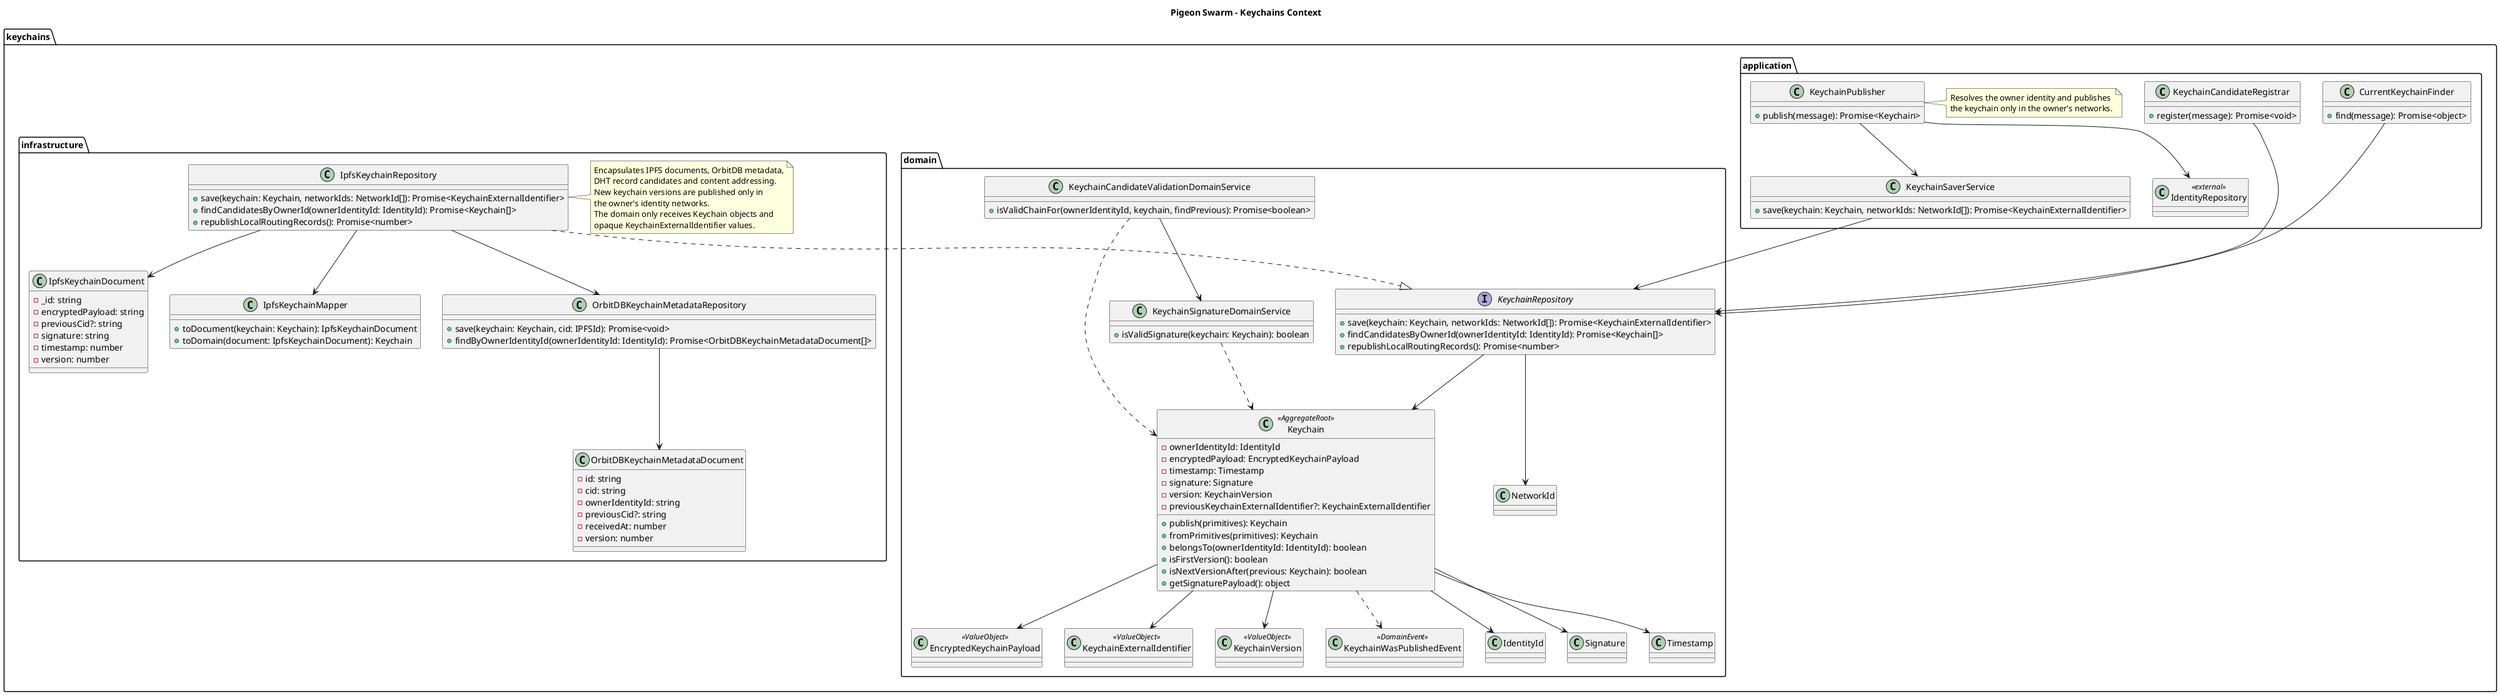
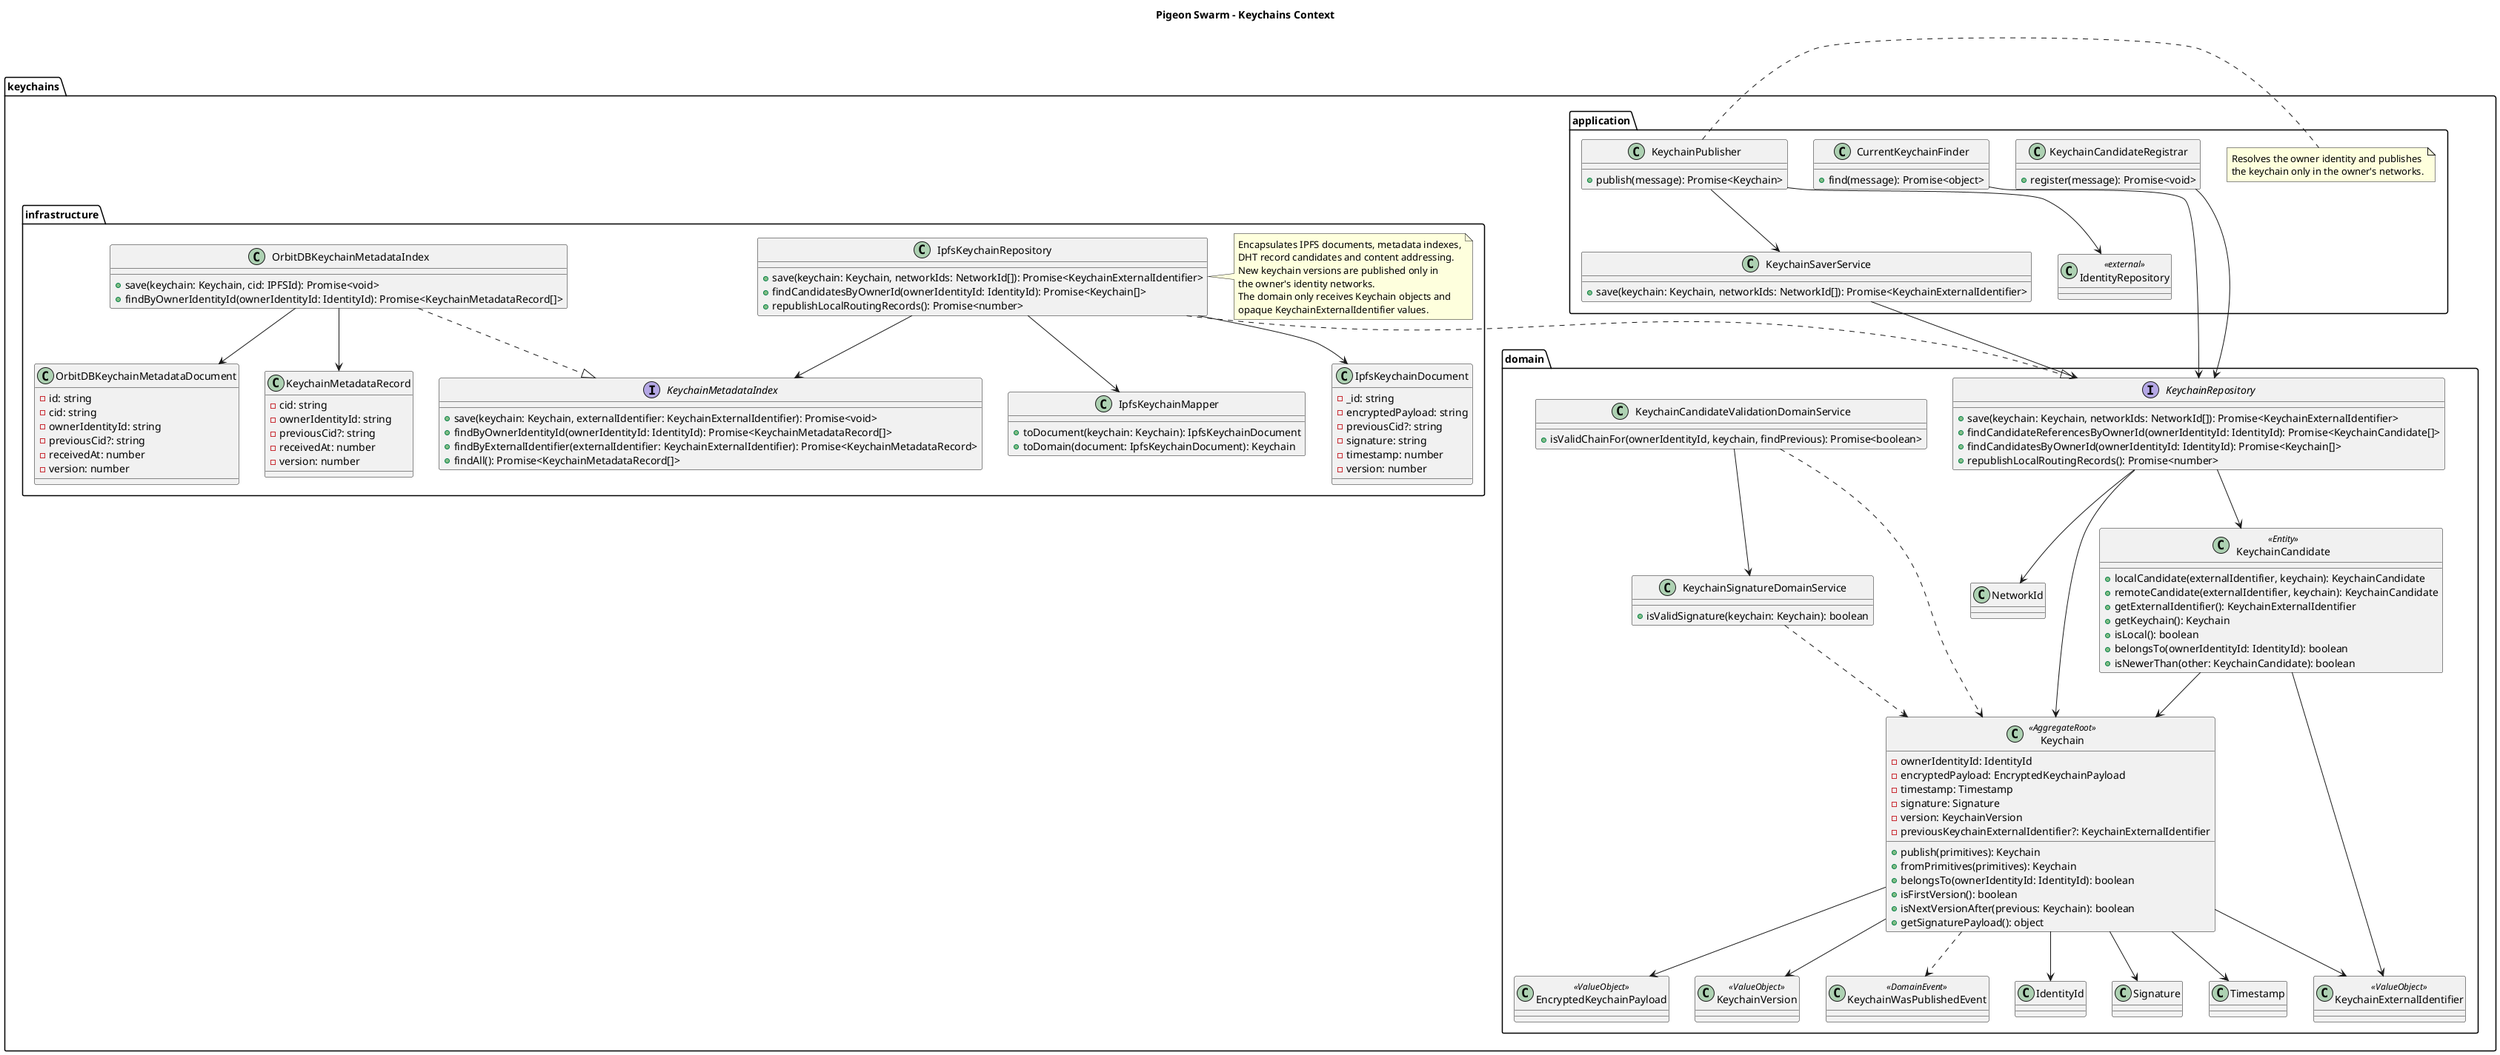
@startuml

title Pigeon Swarm - Keychains Context

package "keychains.domain" {
  class Keychain <<AggregateRoot>> {
    -ownerIdentityId: IdentityId
    -encryptedPayload: EncryptedKeychainPayload
    -timestamp: Timestamp
    -signature: Signature
    -version: KeychainVersion
    -previousKeychainExternalIdentifier?: KeychainExternalIdentifier
    +publish(primitives): Keychain
    +fromPrimitives(primitives): Keychain
    +belongsTo(ownerIdentityId: IdentityId): boolean
    +isFirstVersion(): boolean
    +isNextVersionAfter(previous: Keychain): boolean
    +getSignaturePayload(): object
  }

  class EncryptedKeychainPayload <<ValueObject>>
  class KeychainExternalIdentifier <<ValueObject>>
  class KeychainVersion <<ValueObject>>
+   class KeychainCandidate <<Entity>> {
+     +localCandidate(externalIdentifier, keychain): KeychainCandidate
+     +remoteCandidate(externalIdentifier, keychain): KeychainCandidate
+     +getExternalIdentifier(): KeychainExternalIdentifier
+     +getKeychain(): Keychain
+     +isLocal(): boolean
+     +belongsTo(ownerIdentityId: IdentityId): boolean
+     +isNewerThan(other: KeychainCandidate): boolean
+   }

  class KeychainWasPublishedEvent <<DomainEvent>>

  interface KeychainRepository {
    +save(keychain: Keychain, networkIds: NetworkId[]): Promise<KeychainExternalIdentifier>
+     +findCandidateReferencesByOwnerId(ownerIdentityId: IdentityId): Promise<KeychainCandidate[]>
    +findCandidatesByOwnerId(ownerIdentityId: IdentityId): Promise<Keychain[]>
    +republishLocalRoutingRecords(): Promise<number>
  }

  class KeychainSignatureDomainService {
    +isValidSignature(keychain: Keychain): boolean
  }

  class KeychainCandidateValidationDomainService {
    +isValidChainFor(ownerIdentityId, keychain, findPrevious): Promise<boolean>
  }

  Keychain --> IdentityId
  KeychainRepository --> NetworkId
+   KeychainRepository --> KeychainCandidate
  Keychain --> EncryptedKeychainPayload
  Keychain --> KeychainVersion
  Keychain --> KeychainExternalIdentifier
+   KeychainCandidate --> Keychain
+   KeychainCandidate --> KeychainExternalIdentifier
  Keychain --> Signature
  Keychain --> Timestamp
  Keychain ..> KeychainWasPublishedEvent
  KeychainSignatureDomainService ..> Keychain
  KeychainCandidateValidationDomainService --> KeychainSignatureDomainService
  KeychainCandidateValidationDomainService ..> Keychain
  KeychainRepository --> Keychain
}

package "keychains.application" {
  class KeychainPublisher {
    +publish(message): Promise<Keychain>
  }

  class CurrentKeychainFinder {
    +find(message): Promise<object>
  }

  class KeychainCandidateRegistrar {
    +register(message): Promise<void>
  }

  class KeychainSaverService {
    +save(keychain: Keychain, networkIds: NetworkId[]): Promise<KeychainExternalIdentifier>
  }

  class IdentityRepository <<external>>

  KeychainPublisher --> KeychainSaverService
  KeychainPublisher --> IdentityRepository
  KeychainSaverService --> KeychainRepository
  CurrentKeychainFinder --> KeychainRepository
  KeychainCandidateRegistrar --> KeychainRepository

  note right of KeychainPublisher
    Resolves the owner identity and publishes
    the keychain only in the owner's networks.
  end note
}

package "keychains.infrastructure" {
  class IpfsKeychainDocument {
    -_id: string
    -encryptedPayload: string
    -previousCid?: string
    -signature: string
    -timestamp: number
    -version: number
  }

  class OrbitDBKeychainMetadataDocument {
    -id: string
    -cid: string
    -ownerIdentityId: string
    -previousCid?: string
    -receivedAt: number
    -version: number
  }

  class IpfsKeychainRepository {
    +save(keychain: Keychain, networkIds: NetworkId[]): Promise<KeychainExternalIdentifier>
    +findCandidatesByOwnerId(ownerIdentityId: IdentityId): Promise<Keychain[]>
    +republishLocalRoutingRecords(): Promise<number>
  }

  class IpfsKeychainMapper {
    +toDocument(keychain: Keychain): IpfsKeychainDocument
    +toDomain(document: IpfsKeychainDocument): Keychain
  }

-   class OrbitDBKeychainMetadataRepository {
+   interface KeychainMetadataIndex {
+     +save(keychain: Keychain, externalIdentifier: KeychainExternalIdentifier): Promise<void>
+     +findByOwnerIdentityId(ownerIdentityId: IdentityId): Promise<KeychainMetadataRecord[]>
+     +findByExternalIdentifier(externalIdentifier: KeychainExternalIdentifier): Promise<KeychainMetadataRecord>
+     +findAll(): Promise<KeychainMetadataRecord[]>
+   }
+ 
+   class KeychainMetadataRecord {
+     -cid: string
+     -ownerIdentityId: string
+     -previousCid?: string
+     -receivedAt: number
+     -version: number
+   }
+ 
+   class OrbitDBKeychainMetadataIndex {
    +save(keychain: Keychain, cid: IPFSId): Promise<void>
-     +findByOwnerIdentityId(ownerIdentityId: IdentityId): Promise<OrbitDBKeychainMetadataDocument[]>
+     +findByOwnerIdentityId(ownerIdentityId: IdentityId): Promise<KeychainMetadataRecord[]>
  }

  note right of IpfsKeychainRepository
-     Encapsulates IPFS documents, OrbitDB metadata,
+     Encapsulates IPFS documents, metadata indexes,
    DHT record candidates and content addressing.
    New keychain versions are published only in
    the owner's identity networks.
    The domain only receives Keychain objects and
    opaque KeychainExternalIdentifier values.
  end note

  IpfsKeychainRepository ..|> KeychainRepository
  IpfsKeychainRepository --> IpfsKeychainMapper
-   IpfsKeychainRepository --> OrbitDBKeychainMetadataRepository
+   IpfsKeychainRepository --> KeychainMetadataIndex
  IpfsKeychainRepository --> IpfsKeychainDocument
-   OrbitDBKeychainMetadataRepository --> OrbitDBKeychainMetadataDocument
+   OrbitDBKeychainMetadataIndex ..|> KeychainMetadataIndex
+   OrbitDBKeychainMetadataIndex --> OrbitDBKeychainMetadataDocument
+   OrbitDBKeychainMetadataIndex --> KeychainMetadataRecord
}

@enduml
